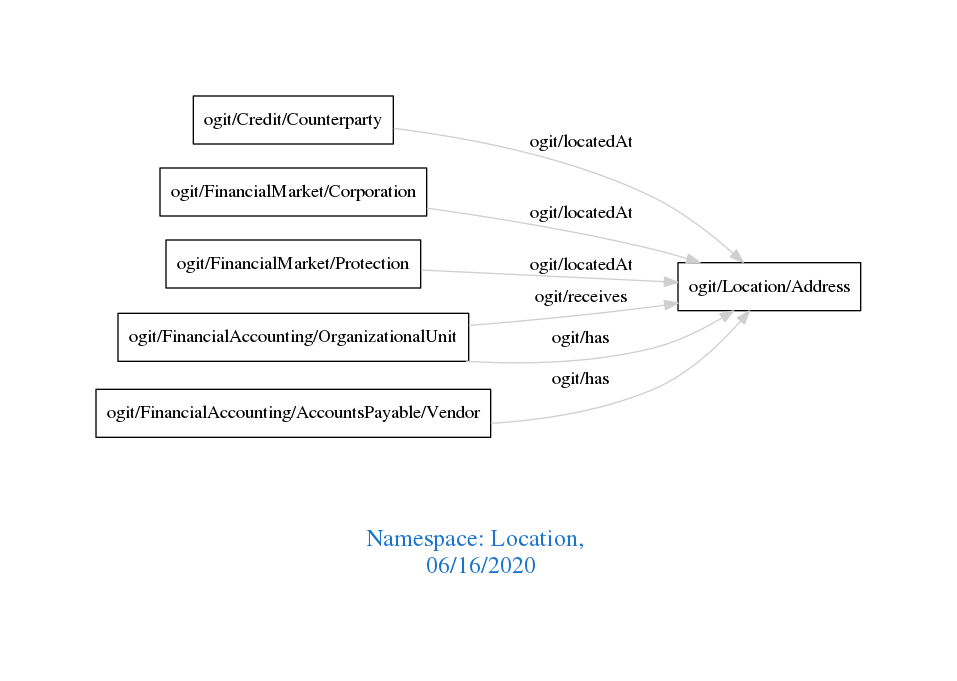
Above: downloads/Location.png in arago/OGIT (Graphviz), before the change. Its source is kept beside it as downloads/Location.dot.
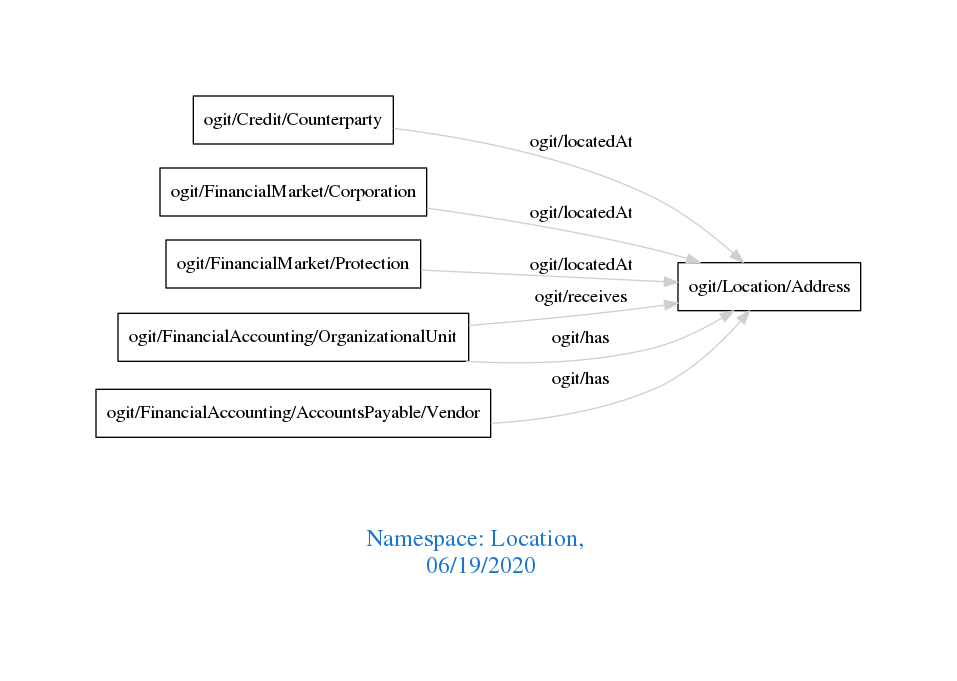
After the change.

What changed in the source:
```diff
@@ -1,7 +1,7 @@
 digraph OGIT_ontology {
  graph [ rankdir= LR,pad=1
 fontsize = 18,
-fontcolor= dodgerblue3,label = "\n\n\nNamespace: Location, \n 06/16/2020"];
+fontcolor= dodgerblue3,label = "\n\n\nNamespace: Location, \n 06/19/2020"];
 node[shape=polygon];
 edge [  color="gray81"];
 
```
